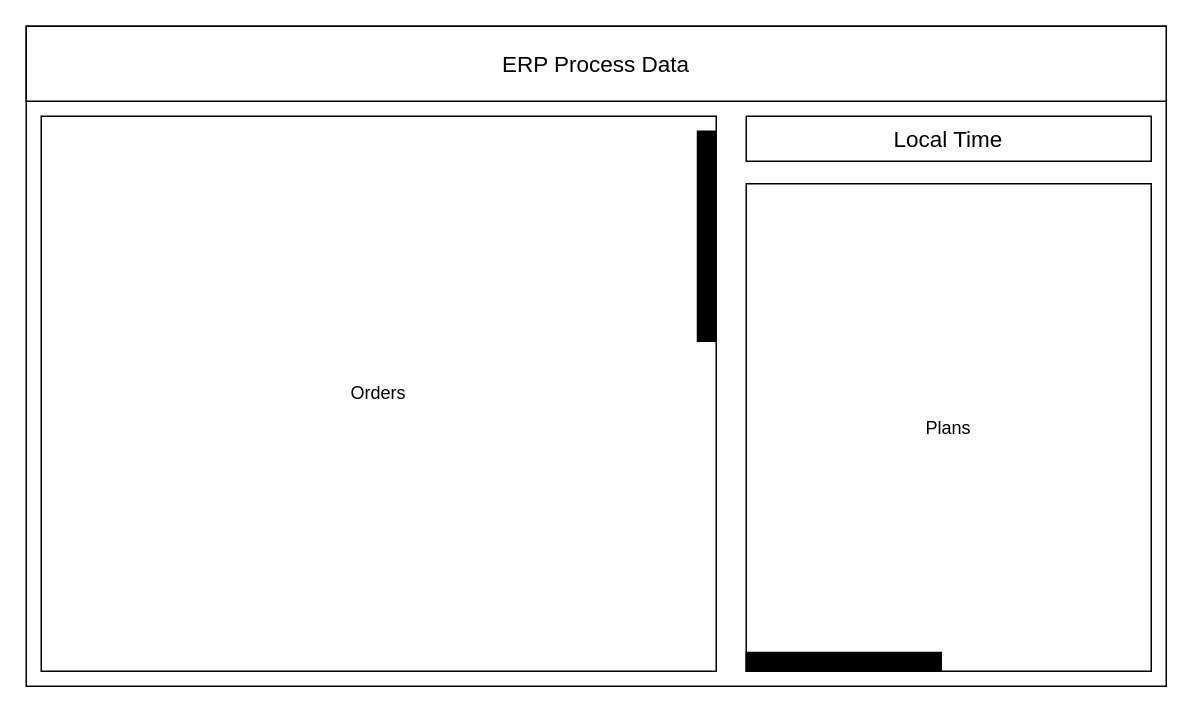
gpizzigh-bit/Automation-of-a-Production-Line keeps this draw.io diagram as page "Terminal Mockup ERP" (9 of 11) of PLA_APP_Diagrams.drawio. Above is the earlier version. Source tidied: cells renumbered, new cells numbered last; positions are measured from the earlier drawing's top-left corner, leaving out a move shared by most shapes. Both pictures are drawn from the tidied source at 150%, with x=0, y=0 at pixel (26, 26).
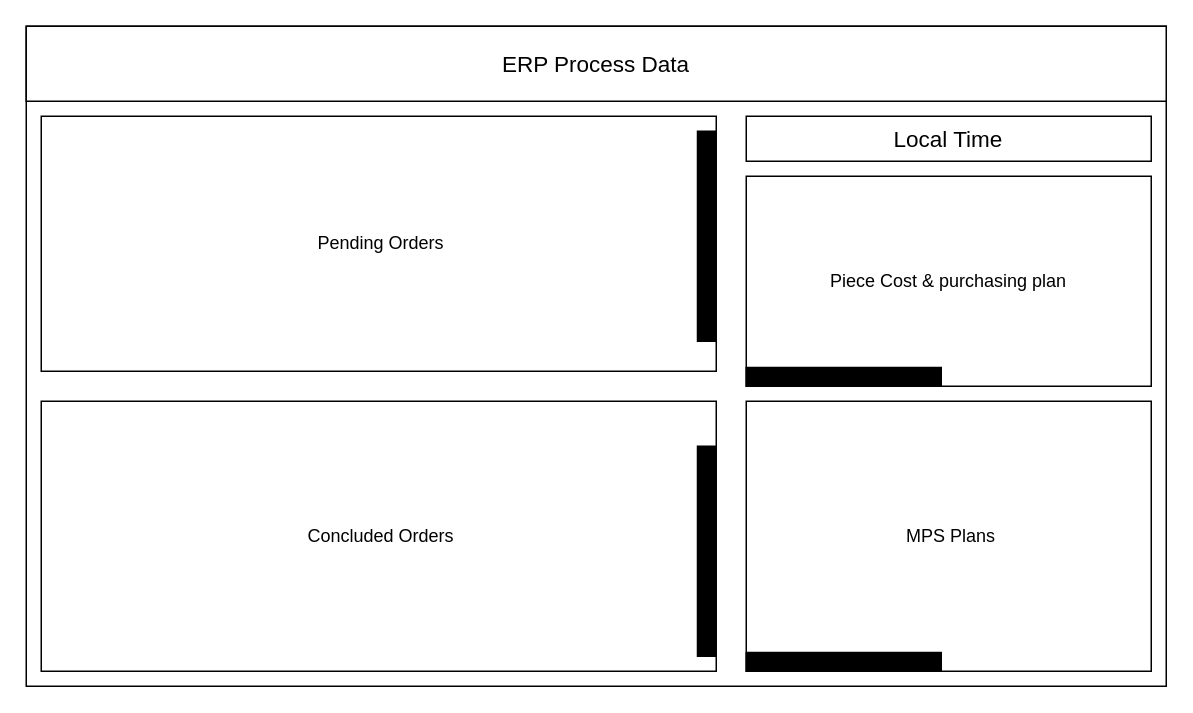
The same page after the edit.

The edit, as a diff of the source:
```diff
@@
 <mxGraphModel>
   <root>
     <mxCell id="0" />
     <mxCell id="1" parent="0" />
     <mxCell id="2" style="rounded=0;whiteSpace=wrap;html=1;fillColor=none;" parent="1" vertex="1">
       <mxGeometry width="760" height="440" as="geometry" />
     </mxCell>
     <mxCell id="3" value="&lt;font style=&quot;font-size: 15px;&quot;&gt;ERP Process Data&lt;/font&gt;" style="rounded=0;whiteSpace=wrap;html=1;fillColor=default;" parent="1" vertex="1">
       <mxGeometry width="760" height="50" as="geometry" />
     </mxCell>
-    <mxCell id="4" value="Orders" style="rounded=0;whiteSpace=wrap;html=1;" parent="1" vertex="1">
-      <mxGeometry x="10" y="60" width="450" height="370" as="geometry" />
+    <mxCell id="4" value="&amp;nbsp;Pending Orders" style="rounded=0;whiteSpace=wrap;html=1;" parent="1" vertex="1">
+      <mxGeometry x="10" y="60" width="450" height="170" as="geometry" />
     </mxCell>
     <mxCell id="5" value="&lt;font style=&quot;font-size: 15px;&quot;&gt;Local Time&lt;/font&gt;" style="rounded=0;whiteSpace=wrap;html=1;fillColor=default;" parent="1" vertex="1">
       <mxGeometry x="480" y="60" width="270" height="30" as="geometry" />
     </mxCell>
-    <mxCell id="6" value="Plans" style="rounded=0;whiteSpace=wrap;html=1;" parent="1" vertex="1">
-      <mxGeometry x="480" y="105" width="270" height="325" as="geometry" />
+    <mxCell id="6" value="&amp;nbsp;MPS Plans" style="rounded=0;whiteSpace=wrap;html=1;" parent="1" vertex="1">
+      <mxGeometry x="480" y="250" width="270" height="180" as="geometry" />
     </mxCell>
     <mxCell id="7" style="rounded=0;whiteSpace=wrap;html=1;fillStyle=solid;fillColor=#000000;" parent="1" vertex="1">
       <mxGeometry x="480" y="417.5" width="130" height="12.5" as="geometry" />
     </mxCell>
     <mxCell id="8" style="rounded=0;whiteSpace=wrap;html=1;fillStyle=solid;fillColor=#000000;direction=south;" parent="1" vertex="1">
       <mxGeometry x="447.5" y="70" width="12.5" height="140" as="geometry" />
     </mxCell>
+    <mxCell id="9" value="&amp;nbsp;Concluded Orders" style="rounded=0;whiteSpace=wrap;html=1;" parent="1" vertex="1">
+      <mxGeometry x="10" y="250" width="450" height="180" as="geometry" />
+    </mxCell>
+    <mxCell id="10" style="rounded=0;whiteSpace=wrap;html=1;fillStyle=solid;fillColor=#000000;direction=south;" parent="1" vertex="1">
+      <mxGeometry x="447.5" y="280" width="12.5" height="140" as="geometry" />
+    </mxCell>
+    <mxCell id="11" value="Piece Cost &amp;amp; purchasing plan" style="rounded=0;whiteSpace=wrap;html=1;" parent="1" vertex="1">
+      <mxGeometry x="480" y="100" width="270" height="140" as="geometry" />
+    </mxCell>
+    <mxCell id="12" style="rounded=0;whiteSpace=wrap;html=1;fillStyle=solid;fillColor=#000000;" parent="1" vertex="1">
+      <mxGeometry x="480" y="227.5" width="130" height="12.5" as="geometry" />
+    </mxCell>
   </root>
 </mxGraphModel>
```
